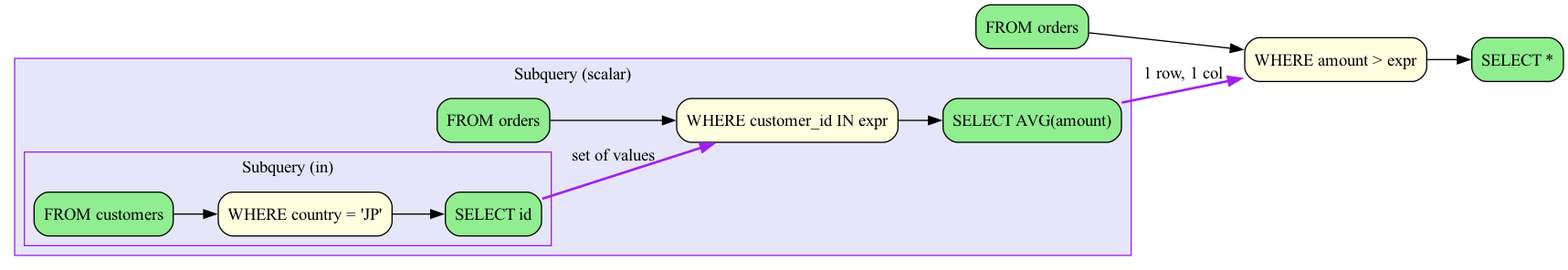
The Graphviz diagram examples/nested_subquery_operation.png in rot1024/sqloflow, before a commit. Its source is kept beside it as examples/nested_subquery_operation.dot.
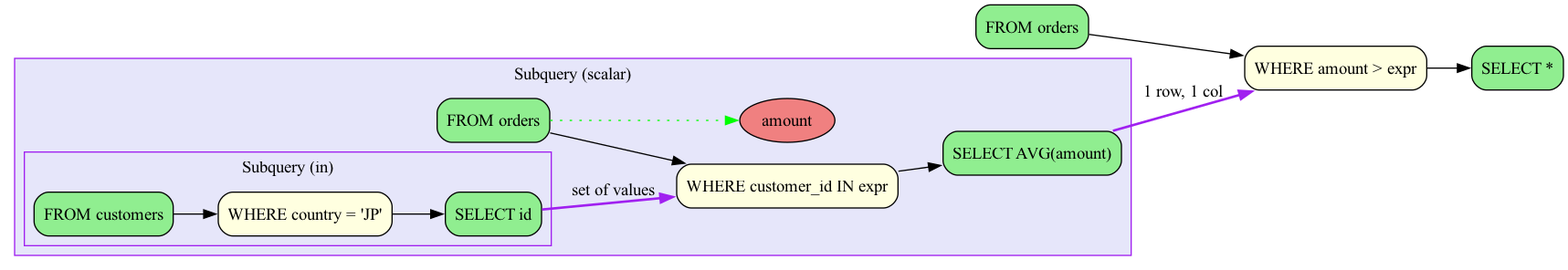
Above is the later version.

What changed in the source:
```diff
@@ -12,8 +12,9 @@
     fillcolor=lavender;
     color=purple;
     subq_0_node_0 [label="FROM orders", fillcolor=lightgreen, style="filled,rounded"];
-    subq_0_node_1 [label="WHERE customer_id IN expr", fillcolor=lightyellow, style="filled,rounded"];
-    subgraph cluster_subq_0_node_2 {
+    subq_0_node_1 [label="amount", fillcolor=lightcoral, style="filled,rounded", shape=ellipse];
+    subq_0_node_2 [label="WHERE customer_id IN expr", fillcolor=lightyellow, style="filled,rounded"];
+    subgraph cluster_subq_0_node_3 {
       label="Subquery (in)";
       style=filled;
       fillcolor=lavender;
@@ -24,12 +25,13 @@
       subq_1_node_0 -> subq_1_node_1 [color=black];
       subq_1_node_1 -> subq_1_node_2 [color=black];
     }
-    subq_1_node_2 -> subq_0_node_1 [color=purple, style=bold, label="set of values"];
-    subq_0_node_3 [label="SELECT AVG(amount)", fillcolor=lightgreen, style="filled,rounded"];
-    subq_0_node_0 -> subq_0_node_1 [color=black];
-    subq_0_node_1 -> subq_0_node_3 [color=black];
+    subq_1_node_2 -> subq_0_node_2 [color=purple, style=bold, label="set of values"];
+    subq_0_node_4 [label="SELECT AVG(amount)", fillcolor=lightgreen, style="filled,rounded"];
+    subq_0_node_0 -> subq_0_node_1 [color=green, style=dotted];
+    subq_0_node_0 -> subq_0_node_2 [color=black];
+    subq_0_node_2 -> subq_0_node_4 [color=black];
   }
-  subq_0_node_3 -> node_1 [color=purple, style=bold, label="1 row, 1 col"];
+  subq_0_node_4 -> node_1 [color=purple, style=bold, label="1 row, 1 col"];
 
   node_0 -> node_1 [color=black];
   node_1 -> node_3 [color=black];
```
